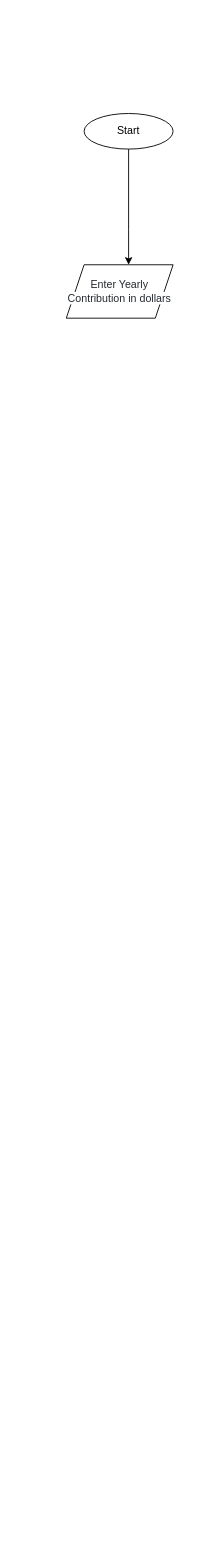
Above: Untitled Diagram.drawio in WilsonTalentCenter/advpseudoflow-Ltostevin3500Ingham (draw.io), before the change. Source tidied: cells renumbered, new cells numbered last; positions are measured from the earlier drawing's top-left corner, leaving out a move shared by most shapes. Both pictures are drawn from the tidied source at 89%, with x=0, y=0 at pixel (66, 113).
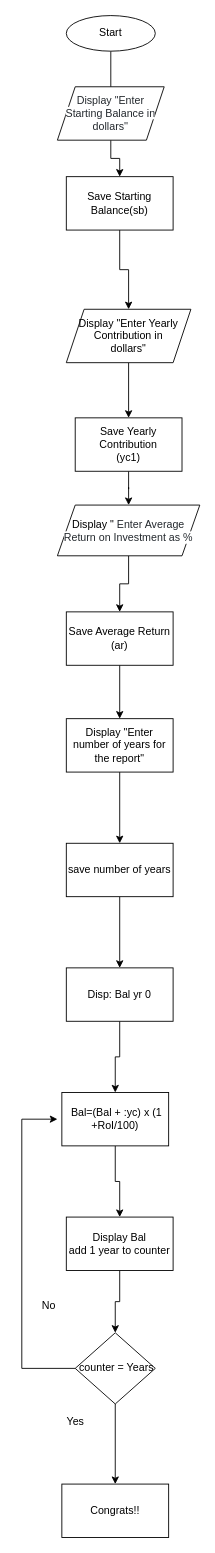
Above is the later version.

Diff of the diagram source:
```diff
@@
     <mxCell id="2" style="edgeStyle=orthogonalEdgeStyle;rounded=0;jettySize=auto;html=1;" parent="1" edge="1" source="3">
       <mxGeometry relative="1" as="geometry">
-        <mxPoint x="70" y="170" as="targetPoint" />
+        <mxPoint x="50" y="-10" as="targetPoint" />
         <Array as="points">
-          <mxPoint x="70" y="130" />
+          <mxPoint x="50" y="-30" />
+          <mxPoint x="50" y="-30" />
         </Array>
       </mxGeometry>
     </mxCell>
     <mxCell id="3" value="Start" style="ellipse;whiteSpace=wrap;html=1;" parent="1" vertex="1">
-      <mxGeometry x="20" width="100" height="40" as="geometry" />
+      <mxGeometry y="-110" width="100" height="40" as="geometry" />
     </mxCell>
+    <mxCell id="5" style="edgeStyle=orthogonalEdgeStyle;rounded=0;jettySize=auto;html=1;" parent="1" edge="1" source="4" target="7">
+      <mxGeometry relative="1" as="geometry" />
+    </mxCell>
-    <mxCell id="4" value="&lt;span style=&quot;color: rgb(36 , 41 , 46) ; font-family: , &amp;#34;consolas&amp;#34; , &amp;#34;liberation mono&amp;#34; , &amp;#34;menlo&amp;#34; , monospace ; background-color: rgb(255 , 255 , 255)&quot;&gt;Enter Yearly Contribution in dollars&lt;/span&gt;" style="shape=parallelogram;perimeter=parallelogramPerimeter;whiteSpace=wrap;html=1;fixedSize=1;" parent="1" vertex="1">
-      <mxGeometry y="170" width="120" height="60" as="geometry" />
+    <mxCell id="4" value="&lt;font color=&quot;#24292e&quot;&gt;&lt;span style=&quot;background-color: rgb(255 , 255 , 255)&quot;&gt;Display &quot;&lt;/span&gt;&lt;/font&gt;&lt;span style=&quot;color: rgb(36 , 41 , 46) ; font-family: , &amp;#34;consolas&amp;#34; , &amp;#34;liberation mono&amp;#34; , &amp;#34;menlo&amp;#34; , monospace ; background-color: rgb(255 , 255 , 255)&quot;&gt;Enter Starting Balance in dollars''&lt;/span&gt;" style="shape=parallelogram;perimeter=parallelogramPerimeter;whiteSpace=wrap;html=1;fixedSize=1;" parent="1" vertex="1">
+      <mxGeometry x="-10" y="-30" width="120" height="60" as="geometry" />
     </mxCell>
+    <mxCell id="6" style="edgeStyle=orthogonalEdgeStyle;rounded=0;jettySize=auto;html=1;" parent="1" edge="1" source="7" target="9">
+      <mxGeometry relative="1" as="geometry" />
+    </mxCell>
+    <mxCell id="7" value="Save Starting Balance(sb)" style="whiteSpace=wrap;html=1;" parent="1" vertex="1">
+      <mxGeometry y="71" width="120" height="60" as="geometry" />
+    </mxCell>
+    <mxCell id="8" style="edgeStyle=orthogonalEdgeStyle;rounded=0;jettySize=auto;html=1;" parent="1" edge="1" source="9" target="11">
+      <mxGeometry relative="1" as="geometry" />
+    </mxCell>
+    <mxCell id="9" value="Display &quot;Enter Yearly&lt;br&gt;Contribution in &lt;br&gt;dollars&quot;" style="shape=parallelogram;perimeter=parallelogramPerimeter;whiteSpace=wrap;html=1;fixedSize=1;" parent="1" vertex="1">
+      <mxGeometry y="220" width="140" height="60" as="geometry" />
+    </mxCell>
+    <mxCell id="10" style="edgeStyle=orthogonalEdgeStyle;rounded=0;jettySize=auto;html=1;" parent="1" edge="1" source="11" target="13">
+      <mxGeometry relative="1" as="geometry" />
+    </mxCell>
+    <mxCell id="11" value="Save Yearly Contribution&lt;br&gt;(yc1)" style="whiteSpace=wrap;html=1;" parent="1" vertex="1">
+      <mxGeometry x="10" y="342" width="120" height="60" as="geometry" />
+    </mxCell>
+    <mxCell id="12" style="edgeStyle=orthogonalEdgeStyle;rounded=0;jettySize=auto;html=1;" parent="1" edge="1" source="13" target="15">
+      <mxGeometry relative="1" as="geometry" />
+    </mxCell>
+    <mxCell id="13" value="Display &quot;&amp;nbsp;&lt;span style=&quot;color: rgb(36 , 41 , 46) ; font-family: , &amp;#34;consolas&amp;#34; , &amp;#34;liberation mono&amp;#34; , &amp;#34;menlo&amp;#34; , monospace ; background-color: rgb(255 , 255 , 255)&quot;&gt;Enter Average Return on Investment as %&lt;/span&gt;" style="shape=parallelogram;perimeter=parallelogramPerimeter;whiteSpace=wrap;html=1;fixedSize=1;" parent="1" vertex="1">
+      <mxGeometry x="-10" y="440" width="160" height="57" as="geometry" />
+    </mxCell>
+    <mxCell id="14" style="edgeStyle=orthogonalEdgeStyle;rounded=0;jettySize=auto;html=1;" parent="1" edge="1" source="15" target="17">
+      <mxGeometry relative="1" as="geometry" />
+    </mxCell>
+    <mxCell id="15" value="Save Average Return&lt;br&gt;(ar)" style="whiteSpace=wrap;html=1;" parent="1" vertex="1">
+      <mxGeometry y="560" width="120" height="60" as="geometry" />
+    </mxCell>
+    <mxCell id="16" style="edgeStyle=orthogonalEdgeStyle;rounded=0;jettySize=auto;html=1;" parent="1" edge="1" source="17" target="19">
+      <mxGeometry relative="1" as="geometry" />
+    </mxCell>
+    <mxCell id="17" value="Display &quot;Enter number of years for the report&quot;" style="whiteSpace=wrap;html=1;" parent="1" vertex="1">
+      <mxGeometry y="680" width="120" height="60" as="geometry" />
+    </mxCell>
+    <mxCell id="18" style="edgeStyle=orthogonalEdgeStyle;rounded=0;jettySize=auto;html=1;" parent="1" edge="1" source="19" target="21">
+      <mxGeometry relative="1" as="geometry" />
+    </mxCell>
+    <mxCell id="19" value="save number of years" style="whiteSpace=wrap;html=1;" parent="1" vertex="1">
+      <mxGeometry y="820" width="120" height="60" as="geometry" />
+    </mxCell>
+    <mxCell id="20" style="edgeStyle=orthogonalEdgeStyle;rounded=0;jettySize=auto;html=1;" parent="1" edge="1" source="21" target="23">
+      <mxGeometry relative="1" as="geometry" />
+    </mxCell>
+    <mxCell id="21" value="Disp: Bal yr 0" style="whiteSpace=wrap;html=1;" parent="1" vertex="1">
+      <mxGeometry y="960" width="120" height="60" as="geometry" />
+    </mxCell>
+    <mxCell id="22" style="edgeStyle=orthogonalEdgeStyle;rounded=0;jettySize=auto;html=1;" parent="1" edge="1" source="23" target="25">
+      <mxGeometry relative="1" as="geometry" />
+    </mxCell>
+    <mxCell id="23" value="&amp;nbsp;Bal=(Bal + :yc) x (1 +RoI/100)" style="whiteSpace=wrap;html=1;" parent="1" vertex="1">
+      <mxGeometry x="-5" y="1100" width="120" height="60" as="geometry" />
+    </mxCell>
+    <mxCell id="24" style="edgeStyle=orthogonalEdgeStyle;rounded=0;jettySize=auto;html=1;" parent="1" edge="1" source="25" target="28">
+      <mxGeometry relative="1" as="geometry" />
+    </mxCell>
+    <mxCell id="25" value="Display Bal&lt;br&gt;add 1 year to counter" style="whiteSpace=wrap;html=1;" parent="1" vertex="1">
+      <mxGeometry y="1240" width="120" height="60" as="geometry" />
+    </mxCell>
+    <mxCell id="26" style="edgeStyle=orthogonalEdgeStyle;rounded=0;jettySize=auto;html=1;exitX=0;exitY=0.5;exitDx=0;exitDy=0;" parent="1" edge="1" source="28">
+      <mxGeometry relative="1" as="geometry">
+        <mxPoint x="-10" y="1130" as="targetPoint" />
+        <Array as="points">
+          <mxPoint x="-50" y="1410" />
+          <mxPoint x="-50" y="1130" />
+        </Array>
+      </mxGeometry>
+    </mxCell>
+    <mxCell id="27" style="edgeStyle=orthogonalEdgeStyle;rounded=0;jettySize=auto;html=1;" parent="1" edge="1" source="28" target="31">
+      <mxGeometry relative="1" as="geometry" />
+    </mxCell>
+    <mxCell id="28" value="&amp;nbsp;counter = Years" style="rhombus;whiteSpace=wrap;html=1;" parent="1" vertex="1">
+      <mxGeometry x="10" y="1370" width="90" height="80" as="geometry" />
+    </mxCell>
+    <mxCell id="29" value="No" style="text;html=1;align=center;verticalAlign=middle;" parent="1" vertex="1">
+      <mxGeometry x="-35" y="1330" width="30" height="20" as="geometry" />
+    </mxCell>
+    <mxCell id="30" value="Yes" style="text;html=1;align=center;verticalAlign=middle;" parent="1" vertex="1">
+      <mxGeometry x="-5" y="1460" width="30" height="20" as="geometry" />
+    </mxCell>
+    <mxCell id="31" value="Congrats!!" style="whiteSpace=wrap;html=1;" parent="1" vertex="1">
+      <mxGeometry x="-5" y="1540" width="120" height="60" as="geometry" />
+    </mxCell>
```
